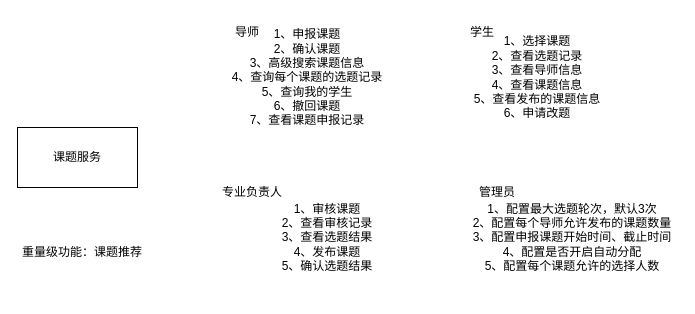
Earlier version of the draw.io diagram page "课题服务" (3 of 11) of 毕设管理系统/功能层次图.drawio (FdfGithub/drawio). Source tidied: cells renumbered, new cells numbered last; positions are measured from the earlier drawing's top-left corner, leaving out a move shared by most shapes. Both pictures are drawn from the tidied source at 100%, with x=0, y=0 at pixel (17, 17).
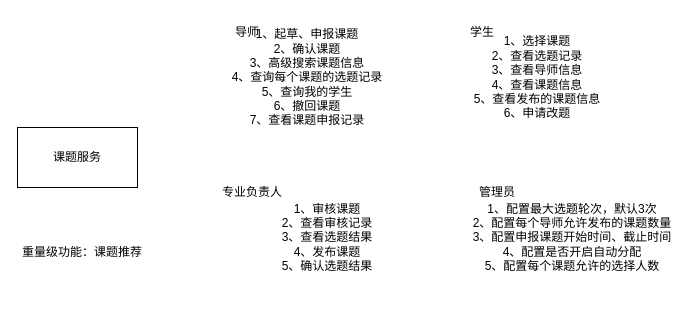
The same page after the edit.

Commit message:
更新功能层次图.drawio

What changed in the source:
```diff
@@
 <mxGraphModel>
   <root>
     <mxCell id="0" />
     <mxCell id="1" parent="0" />
     <mxCell id="2" value="课题服务" style="rounded=0;whiteSpace=wrap;html=1;" parent="1" vertex="1">
       <mxGeometry y="110" width="120" height="60" as="geometry" />
     </mxCell>
-    <mxCell id="3" value="1、申报课题&lt;br&gt;2、确认课题&lt;br&gt;3、高级搜索课题信息&lt;br&gt;4、查询每个课题的选题记录&lt;br&gt;5、查询我的学生&lt;br&gt;6、撤回课题&lt;br&gt;7、查看课题申报记录" style="text;html=1;strokeColor=none;fillColor=none;align=center;verticalAlign=middle;whiteSpace=wrap;rounded=0;" parent="1" vertex="1">
+    <mxCell id="3" value="1、起草、申报课题&lt;br&gt;2、确认课题&lt;br&gt;3、高级搜索课题信息&lt;br&gt;4、查询每个课题的选题记录&lt;br&gt;5、查询我的学生&lt;br&gt;6、撤回课题&lt;br&gt;7、查看课题申报记录" style="text;html=1;strokeColor=none;fillColor=none;align=center;verticalAlign=middle;whiteSpace=wrap;rounded=0;" parent="1" vertex="1">
       <mxGeometry x="200" width="180" height="120" as="geometry" />
     </mxCell>
     <mxCell id="4" value="导师" style="text;html=1;strokeColor=none;fillColor=none;align=center;verticalAlign=middle;whiteSpace=wrap;rounded=0;" parent="1" vertex="1">
       <mxGeometry x="200" width="60" height="30" as="geometry" />
     </mxCell>
     <mxCell id="5" value="1、审核课题&lt;br&gt;2、查看审核记录&lt;br&gt;3、查看选题结果&lt;br&gt;4、发布课题&lt;br&gt;5、确认选题结果" style="text;html=1;strokeColor=none;fillColor=none;align=center;verticalAlign=middle;whiteSpace=wrap;rounded=0;" parent="1" vertex="1">
       <mxGeometry x="220" y="160" width="180" height="120" as="geometry" />
     </mxCell>
     <mxCell id="6" value="专业负责人" style="text;html=1;strokeColor=none;fillColor=none;align=center;verticalAlign=middle;whiteSpace=wrap;rounded=0;" parent="1" vertex="1">
       <mxGeometry x="200" y="160" width="70" height="30" as="geometry" />
     </mxCell>
     <mxCell id="7" value="学生" style="text;html=1;strokeColor=none;fillColor=none;align=center;verticalAlign=middle;whiteSpace=wrap;rounded=0;" parent="1" vertex="1">
       <mxGeometry x="430" width="70" height="30" as="geometry" />
     </mxCell>
     <mxCell id="8" value="1、选择课题&lt;br&gt;2、查看选题记录&lt;br&gt;3、查看导师信息&lt;br&gt;4、查看课题信息&lt;br&gt;5、查看发布的课题信息&lt;br&gt;6、申请改题" style="text;html=1;strokeColor=none;fillColor=none;align=center;verticalAlign=middle;whiteSpace=wrap;rounded=0;" parent="1" vertex="1">
       <mxGeometry x="430" width="180" height="120" as="geometry" />
     </mxCell>
     <mxCell id="9" value="1、配置最大选题轮次，默认3次&lt;br&gt;2、配置每个导师允许发布的课题数量&lt;br&gt;3、配置申报课题开始时间、截止时间&lt;br&gt;4、配置是否开启自动分配&lt;br&gt;5、配置每个课题允许的选择人数" style="text;html=1;strokeColor=none;fillColor=none;align=center;verticalAlign=middle;whiteSpace=wrap;rounded=0;" parent="1" vertex="1">
       <mxGeometry x="450" y="160" width="210" height="120" as="geometry" />
     </mxCell>
     <mxCell id="10" value="管理员" style="text;html=1;strokeColor=none;fillColor=none;align=center;verticalAlign=middle;whiteSpace=wrap;rounded=0;" parent="1" vertex="1">
       <mxGeometry x="450" y="160" width="60" height="30" as="geometry" />
     </mxCell>
     <mxCell id="11" value="重量级功能：课题推荐" style="text;html=1;strokeColor=none;fillColor=none;align=center;verticalAlign=middle;whiteSpace=wrap;rounded=0;" parent="1" vertex="1">
       <mxGeometry y="220" width="130" height="30" as="geometry" />
     </mxCell>
   </root>
 </mxGraphModel>
```
